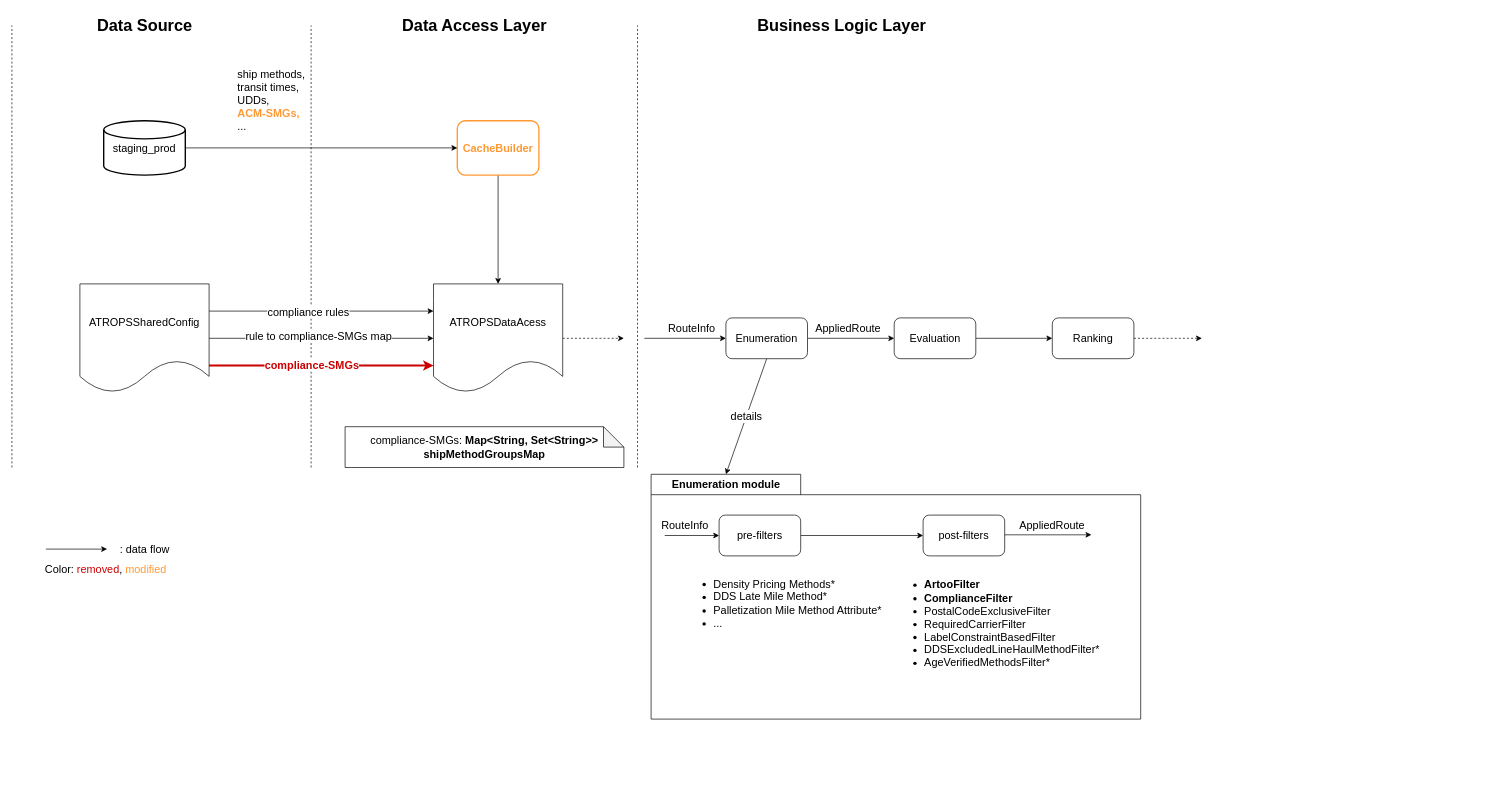
PQMeng/draw.io-source-files keeps this draw.io diagram as page "Module_Across_Layers" (3 of 3) of PCC_dynamic_selection.drawio. Above is the earlier version. Source tidied: cells renumbered, new cells numbered last; positions are measured from the earlier drawing's top-left corner, leaving out a move shared by most shapes. Both pictures are drawn from the tidied source at 68%, with x=0, y=0 at pixel (12, 12).
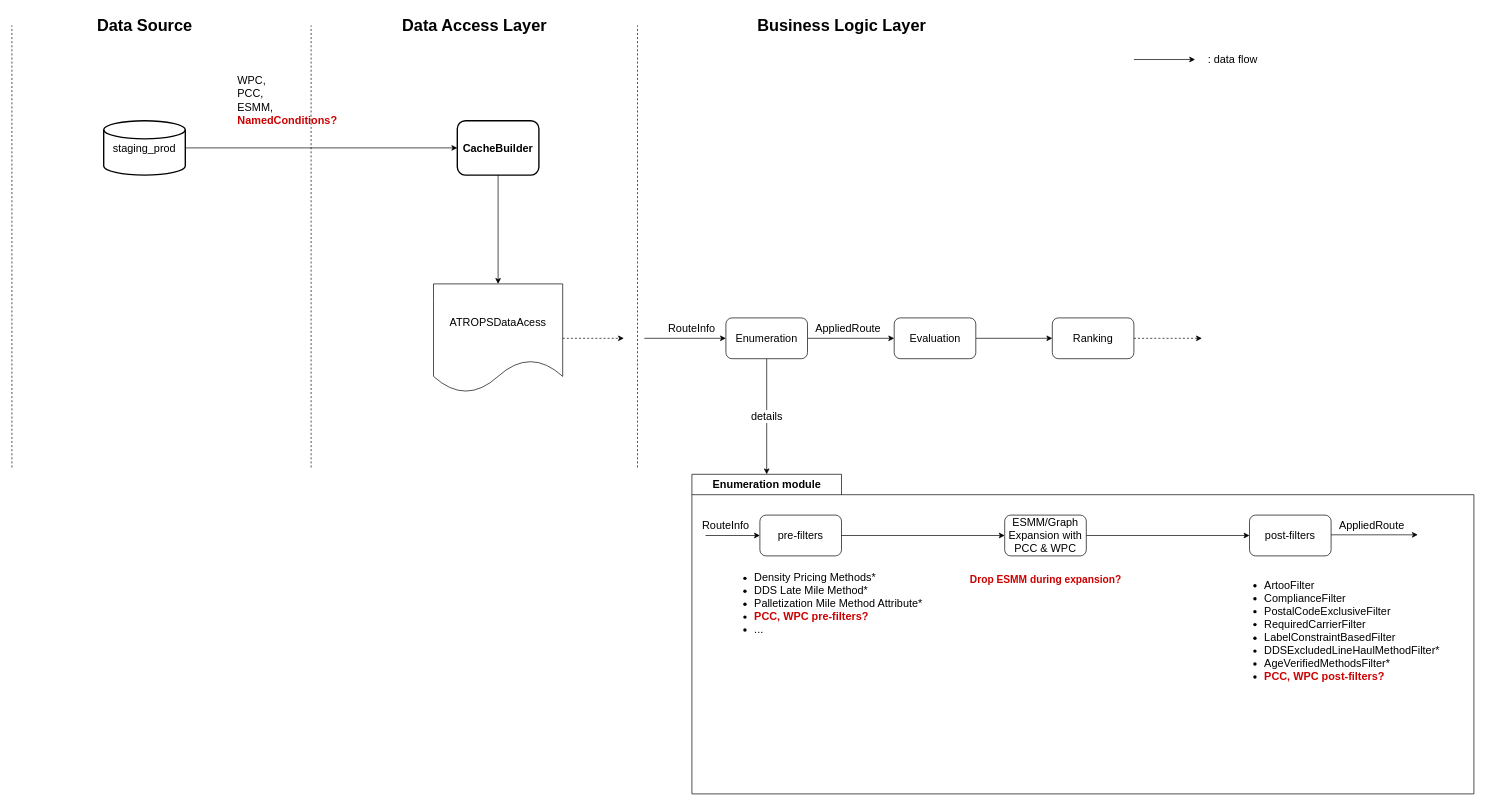
Above is the later version.

The change refers to these unchanged cells:
```xml
<mxCell id="4" value="pre-filters" style="rounded=1;whiteSpace=wrap;html=1;fontSize=16;align=center;fontStyle=0;" parent="2" vertex="1">
  <mxGeometry x="100" y="60" width="120" height="60" as="geometry" />
</mxCell>
<mxCell id="10" value="post-filters" style="rounded=1;whiteSpace=wrap;html=1;fontSize=16;align=center;fontStyle=0;" parent="9" vertex="1">
  <mxGeometry width="120" height="60" as="geometry" />
</mxCell>
<mxCell id="17" value="ATROPSDataAcess" style="shape=document;whiteSpace=wrap;html=1;boundedLbl=1;align=center;fontSize=16;fontStyle=0;" parent="1" vertex="1">
  <mxGeometry x="620" y="400" width="190" height="160" as="geometry" />
</mxCell>
```

The edit, as a diff of the source:
```diff
@@
     <mxCell id="2" value="&lt;b&gt;Enumeration module&lt;/b&gt;" style="shape=folder;fontStyle=0;tabWidth=220;tabHeight=30;tabPosition=left;html=1;boundedLbl=1;labelInHeader=1;fontSize=16;align=center;" parent="1" vertex="1">
-      <mxGeometry x="940" y="680" width="720" height="360" as="geometry" />
+      <mxGeometry x="1000" y="680" width="1150" height="470" as="geometry" />
     </mxCell>
-    <mxCell id="3" style="edgeStyle=none;rounded=0;jettySize=auto;html=1;exitX=1;exitY=0.5;exitDx=0;exitDy=0;fontSize=16;fontStyle=0;" parent="2" edge="1" source="4" target="10">
+    <mxCell id="3" style="edgeStyle=none;rounded=0;jettySize=auto;html=1;exitX=1;exitY=0.5;exitDx=0;exitDy=0;fontSize=16;fontStyle=0;" parent="2" edge="1" source="48" target="10">
       <mxGeometry relative="1" as="geometry" />
     </mxCell>
@@
-    <mxCell id="7" value="&lt;ul style=&quot;font-size: 16px&quot;&gt;&lt;li style=&quot;font-size: 16px&quot;&gt;&lt;font style=&quot;font-size: 16px&quot;&gt;&lt;b&gt;ArtooFilter&lt;/b&gt;&lt;/font&gt;&lt;/li&gt;&lt;li style=&quot;font-size: 16px&quot;&gt;&lt;font style=&quot;font-size: 16px&quot;&gt;&lt;b&gt;ComplianceFilter&lt;/b&gt;&lt;/font&gt;&lt;/li&gt;&lt;li style=&quot;font-size: 16px&quot;&gt;PostalCodeExclusiveFilter&lt;/li&gt;&lt;li style=&quot;font-size: 16px&quot;&gt;RequiredCarrierFilter&lt;/li&gt;&lt;li style=&quot;font-size: 16px&quot;&gt;LabelConstraintBasedFilter&lt;/li&gt;&lt;li style=&quot;font-size: 16px&quot;&gt;DDSExcludedLineHaulMethodFilter*&lt;/li&gt;&lt;li style=&quot;font-size: 16px&quot;&gt;AgeVerifiedMethodsFilter*&lt;/li&gt;&lt;/ul&gt;" style="text;html=1;strokeColor=none;fillColor=none;align=left;verticalAlign=middle;whiteSpace=wrap;rounded=0;fontSize=16;fontStyle=0;" parent="2" vertex="1">
-      <mxGeometry x="360" y="120" width="320" height="200" as="geometry" />
+    <mxCell id="7" value="&lt;ul style=&quot;font-size: 16px&quot;&gt;&lt;li style=&quot;font-size: 16px&quot;&gt;&lt;font style=&quot;font-size: 16px&quot;&gt;ArtooFilter&lt;/font&gt;&lt;/li&gt;&lt;li style=&quot;font-size: 16px&quot;&gt;&lt;font style=&quot;font-size: 16px&quot;&gt;ComplianceFilter&lt;/font&gt;&lt;/li&gt;&lt;li style=&quot;font-size: 16px&quot;&gt;PostalCodeExclusiveFilter&lt;/li&gt;&lt;li style=&quot;font-size: 16px&quot;&gt;RequiredCarrierFilter&lt;/li&gt;&lt;li style=&quot;font-size: 16px&quot;&gt;LabelConstraintBasedFilter&lt;/li&gt;&lt;li style=&quot;font-size: 16px&quot;&gt;DDSExcludedLineHaulMethodFilter*&lt;/li&gt;&lt;li style=&quot;font-size: 16px&quot;&gt;AgeVerifiedMethodsFilter*&lt;/li&gt;&lt;li style=&quot;font-size: 16px&quot;&gt;&lt;font color=&quot;#cc0000&quot;&gt;&lt;b&gt;PCC, WPC post-filters?&lt;/b&gt;&lt;/font&gt;&lt;/li&gt;&lt;/ul&gt;" style="text;html=1;strokeColor=none;fillColor=none;align=left;verticalAlign=middle;whiteSpace=wrap;rounded=0;fontSize=16;fontStyle=0;" parent="2" vertex="1">
+      <mxGeometry x="800" y="130" width="320" height="200" as="geometry" />
     </mxCell>
-    <mxCell id="8" value="&lt;ul style=&quot;font-size: 16px;&quot;&gt;&lt;li style=&quot;font-size: 16px;&quot;&gt;Density Pricing Methods*&lt;/li&gt;&lt;li style=&quot;font-size: 16px;&quot;&gt;DDS Late Mile Method*&lt;/li&gt;&lt;li style=&quot;font-size: 16px;&quot;&gt;Palletization Mile Method Attribute*&lt;/li&gt;&lt;li style=&quot;font-size: 16px;&quot;&gt;...&lt;/li&gt;&lt;/ul&gt;" style="text;html=1;strokeColor=none;fillColor=none;align=left;verticalAlign=middle;whiteSpace=wrap;rounded=0;fontSize=16;fontStyle=0;" parent="2" vertex="1">
+    <mxCell id="8" value="&lt;ul style=&quot;font-size: 16px;&quot;&gt;&lt;li style=&quot;font-size: 16px;&quot;&gt;Density Pricing Methods*&lt;/li&gt;&lt;li style=&quot;font-size: 16px;&quot;&gt;DDS Late Mile Method*&lt;/li&gt;&lt;li style=&quot;font-size: 16px;&quot;&gt;Palletization Mile Method Attribute*&lt;/li&gt;&lt;li style=&quot;font-size: 16px;&quot;&gt;&lt;font color=&quot;#cc0000&quot;&gt;&lt;b&gt;PCC, WPC pre-filters?&lt;/b&gt;&lt;/font&gt;&lt;/li&gt;&lt;li style=&quot;font-size: 16px;&quot;&gt;...&lt;/li&gt;&lt;/ul&gt;" style="text;html=1;strokeColor=none;fillColor=none;align=left;verticalAlign=middle;whiteSpace=wrap;rounded=0;fontSize=16;fontStyle=0;" parent="2" vertex="1">
       <mxGeometry x="50" y="120" width="320" height="140" as="geometry" />
     </mxCell>
     <mxCell id="9" style="group;fontSize=16;fontStyle=0;" parent="2" vertex="1">
-      <mxGeometry x="400" y="60" width="247.5" height="60" as="geometry" />
+      <mxGeometry x="820" y="60" width="247.5" height="60" as="geometry" />
     </mxCell>
@@
     <mxCell id="12" value="AppliedRoute" style="text;html=1;strokeColor=none;fillColor=none;align=center;verticalAlign=middle;whiteSpace=wrap;rounded=0;fontSize=16;fontStyle=0;" parent="2" vertex="1">
-      <mxGeometry x="560" y="60" width="60" height="30" as="geometry" />
+      <mxGeometry x="970" y="60" width="60" height="30" as="geometry" />
     </mxCell>
+    <mxCell id="47" style="edgeStyle=none;rounded=0;jettySize=auto;html=1;exitX=1;exitY=0.5;exitDx=0;exitDy=0;fontSize=16;fontStyle=0;" parent="2" edge="1" source="4" target="48">
+      <mxGeometry relative="1" as="geometry" />
+    </mxCell>
+    <mxCell id="48" value="ESMM/Graph Expansion with PCC &amp;amp; WPC" style="rounded=1;whiteSpace=wrap;html=1;fontSize=16;align=center;fontStyle=0;" parent="2" vertex="1">
+      <mxGeometry x="460" y="60" width="120" height="60" as="geometry" />
+    </mxCell>
+    <mxCell id="49" value="&lt;font color=&quot;#cc0000&quot; style=&quot;font-size: 15px;&quot;&gt;&lt;b&gt;Drop ESMM during expansion?&lt;/b&gt;&lt;/font&gt;" style="text;html=1;align=center;verticalAlign=middle;strokeColor=none;fillColor=none;" parent="2" vertex="1">
+      <mxGeometry x="395" y="140" width="250" height="30" as="geometry" />
+    </mxCell>
-    <mxCell id="13" value="ship methods,&lt;br style=&quot;font-size: 16px&quot;&gt;transit times,&lt;br style=&quot;font-size: 16px&quot;&gt;UDDs,&lt;br style=&quot;font-size: 16px&quot;&gt;&lt;font color=&quot;#ff9933&quot; style=&quot;font-size: 16px&quot;&gt;&lt;b&gt;ACM-SMGs,&lt;br style=&quot;font-size: 16px&quot;&gt;&lt;/b&gt;&lt;/font&gt;..." style="text;html=1;align=left;verticalAlign=middle;strokeColor=none;fillColor=none;fontSize=16;fontStyle=0;" parent="1" vertex="1">
-      <mxGeometry x="330" y="80" width="120" height="100" as="geometry" />
+    <mxCell id="13" value="WPC,&lt;br&gt;PCC,&lt;br&gt;ESMM,&lt;br&gt;&lt;font color=&quot;#cc0000&quot;&gt;&lt;b&gt;NamedConditions?&lt;/b&gt;&lt;/font&gt;" style="text;html=1;align=left;verticalAlign=middle;strokeColor=none;fillColor=none;fontSize=16;fontStyle=0;" parent="1" vertex="1">
+      <mxGeometry x="330" y="85" width="170" height="90" as="geometry" />
     </mxCell>
@@
-    <mxCell id="15" value="&lt;font color=&quot;#ff9933&quot;&gt;&lt;b&gt;CacheBuilder&lt;/b&gt;&lt;/font&gt;" style="rounded=1;whiteSpace=wrap;html=1;align=center;fontSize=16;fontStyle=0;strokeColor=#FF9933;strokeWidth=2;" parent="1" vertex="1">
+    <mxCell id="15" value="&lt;font&gt;&lt;b&gt;CacheBuilder&lt;/b&gt;&lt;/font&gt;" style="rounded=1;whiteSpace=wrap;html=1;align=center;fontSize=16;fontStyle=0;strokeColor=#000000;strokeWidth=2;fontColor=#000000;" parent="1" vertex="1">
       <mxGeometry x="655" y="160" width="120" height="80" as="geometry" />
     </mxCell>
@@
-    <mxCell id="29" style="edgeStyle=none;rounded=0;jettySize=auto;html=1;exitX=1;exitY=0.25;exitDx=0;exitDy=0;entryX=0;entryY=0.25;entryDx=0;entryDy=0;fontSize=16;fontStyle=0;" parent="1" edge="1" source="35" target="17">
-      <mxGeometry relative="1" as="geometry" />
-    </mxCell>
-    <mxCell id="30" value="compliance rules" style="edgeLabel;html=1;align=center;verticalAlign=middle;fontSize=16;fontStyle=0;" parent="29" vertex="1">
-      <mxGeometry x="-0.12" relative="1" as="geometry" />
-    </mxCell>
-    <mxCell id="31" style="edgeStyle=none;rounded=0;jettySize=auto;html=1;exitX=1;exitY=0.5;exitDx=0;exitDy=0;entryX=0;entryY=0.5;entryDx=0;entryDy=0;fontSize=16;fontStyle=0;" parent="1" edge="1" source="35" target="17">
-      <mxGeometry relative="1" as="geometry" />
-    </mxCell>
-    <mxCell id="32" value="rule to compliance-SMGs map" style="edgeLabel;html=1;align=center;verticalAlign=middle;fontSize=16;fontStyle=0;" parent="31" vertex="1">
-      <mxGeometry x="-0.42" y="4" relative="1" as="geometry">
-        <mxPoint x="64" as="offset" />
-      </mxGeometry>
-    </mxCell>
-    <mxCell id="33" style="edgeStyle=none;rounded=0;jettySize=auto;html=1;exitX=1;exitY=0.75;exitDx=0;exitDy=0;entryX=0;entryY=0.75;entryDx=0;entryDy=0;fontSize=16;fontColor=#CC0000;strokeColor=#CC0000;fontStyle=0;strokeWidth=3;" parent="1" edge="1" source="35" target="17">
-      <mxGeometry relative="1" as="geometry" />
-    </mxCell>
-    <mxCell id="34" value="compliance-SMGs" style="edgeLabel;html=1;align=center;verticalAlign=middle;fontSize=16;fontColor=#CC0000;fontStyle=1;" parent="33" vertex="1">
-      <mxGeometry x="-0.39" y="2" relative="1" as="geometry">
-        <mxPoint x="49" as="offset" />
-      </mxGeometry>
-    </mxCell>
-    <mxCell id="35" value="ATROPSSharedConfig" style="shape=document;whiteSpace=wrap;html=1;boundedLbl=1;align=center;fontSize=16;fontStyle=0;" parent="1" vertex="1">
-      <mxGeometry x="100" y="400" width="190" height="160" as="geometry" />
-    </mxCell>
@@
-    <mxCell id="43" value="&lt;span style=&quot;background-color: rgb(255 , 255 , 255)&quot;&gt;compliance-SMGs:&amp;nbsp;&lt;/span&gt;&lt;span style=&quot;text-align: left ; font-size: 16px&quot;&gt;&lt;b&gt;Map&amp;lt;String, Set&amp;lt;String&amp;gt;&amp;gt; shipMethodGroupsMap&lt;/b&gt;&lt;/span&gt;" style="shape=note;whiteSpace=wrap;html=1;backgroundOutline=1;darkOpacity=0.05;fontSize=16;align=center;fontStyle=0;strokeColor=#000000;strokeWidth=1;fillColor=#FFFFFF;" parent="1" vertex="1">
-      <mxGeometry x="490" y="610" width="410" height="60" as="geometry" />
-    </mxCell>
+    <mxCell id="50" style="group;" parent="1" vertex="1">
+      <mxGeometry x="1650" y="60" width="190" height="20" as="geometry" />
+    </mxCell>
-    <mxCell id="44" style="endArrow=classic;html=1;rounded=0;fontSize=16;fontColor=#000000;strokeColor=#000000;strokeWidth=1;" parent="1" edge="1">
+    <mxCell id="44" style="endArrow=classic;html=1;rounded=0;fontSize=16;fontColor=#000000;strokeColor=#000000;strokeWidth=1;" parent="50" edge="1">
       <mxGeometry relative="1" as="geometry">
-        <mxPoint x="50" y="790" as="sourcePoint" />
-        <mxPoint x="140" y="790" as="targetPoint" />
+        <mxPoint y="10" as="sourcePoint" />
+        <mxPoint x="90" y="10" as="targetPoint" />
       </mxGeometry>
     </mxCell>
-    <mxCell id="45" value=": data flow" style="text;html=1;align=center;verticalAlign=middle;strokeColor=none;fillColor=none;fontSize=16;fontColor=#000000;" parent="1" vertex="1">
-      <mxGeometry x="150" y="780" width="90" height="20" as="geometry" />
+    <mxCell id="45" value=": data flow" style="text;html=1;align=center;verticalAlign=middle;strokeColor=none;fillColor=none;fontSize=16;fontColor=#000000;" parent="50" vertex="1">
+      <mxGeometry x="100" width="90" height="20" as="geometry" />
     </mxCell>
-    <mxCell id="46" value="Color: &lt;font color=&quot;#cc0000&quot;&gt;removed&lt;/font&gt;, &lt;font color=&quot;#ff9933&quot;&gt;modified&lt;/font&gt;&amp;nbsp;" style="text;html=1;align=center;verticalAlign=middle;strokeColor=none;fillColor=none;fontSize=16;fontColor=#000000;" parent="1" vertex="1">
-      <mxGeometry x="40" y="810" width="200" height="20" as="geometry" />
-    </mxCell>
```
